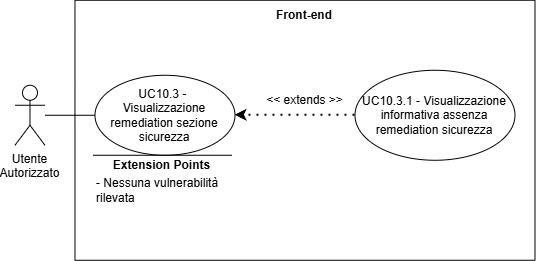
Before: assets/diagrams/UC10_3.png, a diagram exported from draw.io (SkarabGroup/DocumentazioneProgetto). Source tidied: cells renumbered, new cells last; positions are measured from the earlier drawing's top-left corner, leaving out a move shared by most shapes.
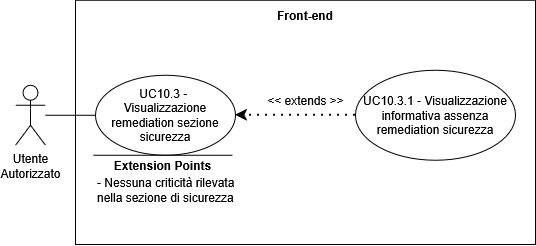
The same diagram one commit later.

The edit, as a diff of the source:
```diff
@@ -6,7 +6,7 @@
       <mxGeometry x="0.5" y="84.8" width="30" height="60" as="geometry" />
     </mxCell>
     <mxCell id="3" style="swimlane;startSize=0;" parent="1" vertex="1">
-      <mxGeometry x="60.5" y="-0.2" width="460" height="260" as="geometry" />
+      <mxGeometry x="60.5" y="-0.2" width="460" height="244.2" as="geometry" />
     </mxCell>
     <mxCell id="4" value="UC10.3 -&amp;nbsp;&lt;div&gt;Visualizzazione remediation sezione sicurezza&lt;/div&gt;" style="ellipse;whiteSpace=wrap;html=1;" parent="3" vertex="1">
       <mxGeometry x="20" y="75" width="140" height="80" as="geometry" />
@@ -29,7 +29,7 @@
     <mxCell id="9" value="&lt;b&gt;Extension Points&lt;/b&gt;" style="text;html=1;whiteSpace=wrap;strokeColor=none;fillColor=none;align=center;verticalAlign=middle;rounded=0;strokeWidth=5;" parent="3" vertex="1">
       <mxGeometry x="29.9" y="150" width="115" height="30" as="geometry" />
     </mxCell>
-    <mxCell id="10" value="&lt;div&gt;- Nessuna vulnerabilità rilevata&lt;/div&gt;" style="text;html=1;whiteSpace=wrap;strokeColor=none;fillColor=none;align=left;verticalAlign=middle;rounded=0;" parent="3" vertex="1">
+    <mxCell id="10" value="&lt;div&gt;- Nessuna criticità rilevata nella sezione di sicurezza&lt;/div&gt;" style="text;html=1;whiteSpace=wrap;strokeColor=none;fillColor=none;align=left;verticalAlign=middle;rounded=0;" parent="3" vertex="1">
       <mxGeometry x="20" y="150" width="147" height="80" as="geometry" />
     </mxCell>
     <mxCell id="11" value="Front-end" style="text;html=1;whiteSpace=wrap;strokeColor=none;fillColor=none;align=center;verticalAlign=middle;rounded=0;perimeterSpacing=1;fontStyle=1;" parent="3" vertex="1">
```
